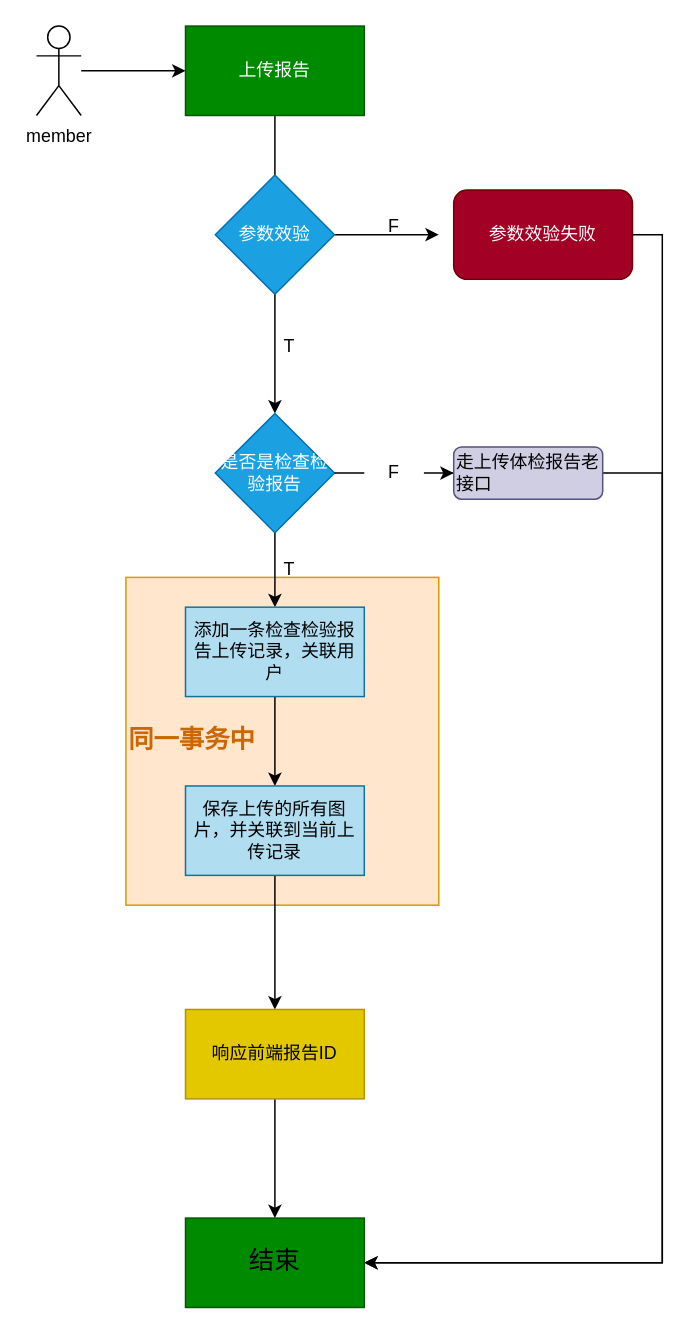
Before: Untitled Diagram.drawio in 1375257663/company, a draw.io diagram. Source tidied: cells renumbered, new cells numbered last; positions are measured from the earlier drawing's top-left corner, leaving out a move shared by most shapes. Both pictures are drawn from the tidied source at 149%, with x=0, y=0 at pixel (36, 25).
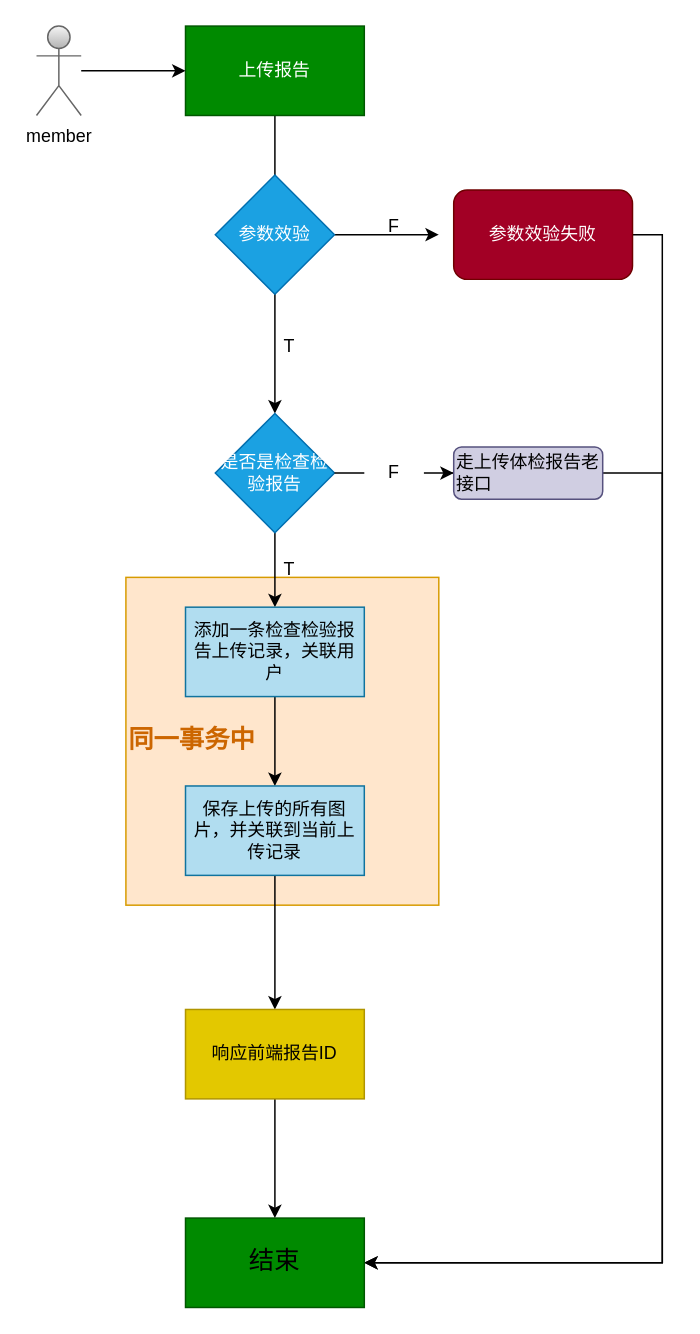
Above is the later version.

Change to the diagram source:
```diff
@@
-    <mxCell id="6" value="member" style="shape=umlActor;verticalLabelPosition=bottom;verticalAlign=top;html=1;outlineConnect=0;" parent="1" vertex="1">
+    <mxCell id="6" value="member" style="shape=umlActor;verticalLabelPosition=bottom;verticalAlign=top;html=1;outlineConnect=0;fillColor=#f5f5f5;gradientColor=#b3b3b3;strokeColor=#666666;" parent="1" vertex="1">
       <mxGeometry width="30" height="60" as="geometry" />
     </mxCell>
```
